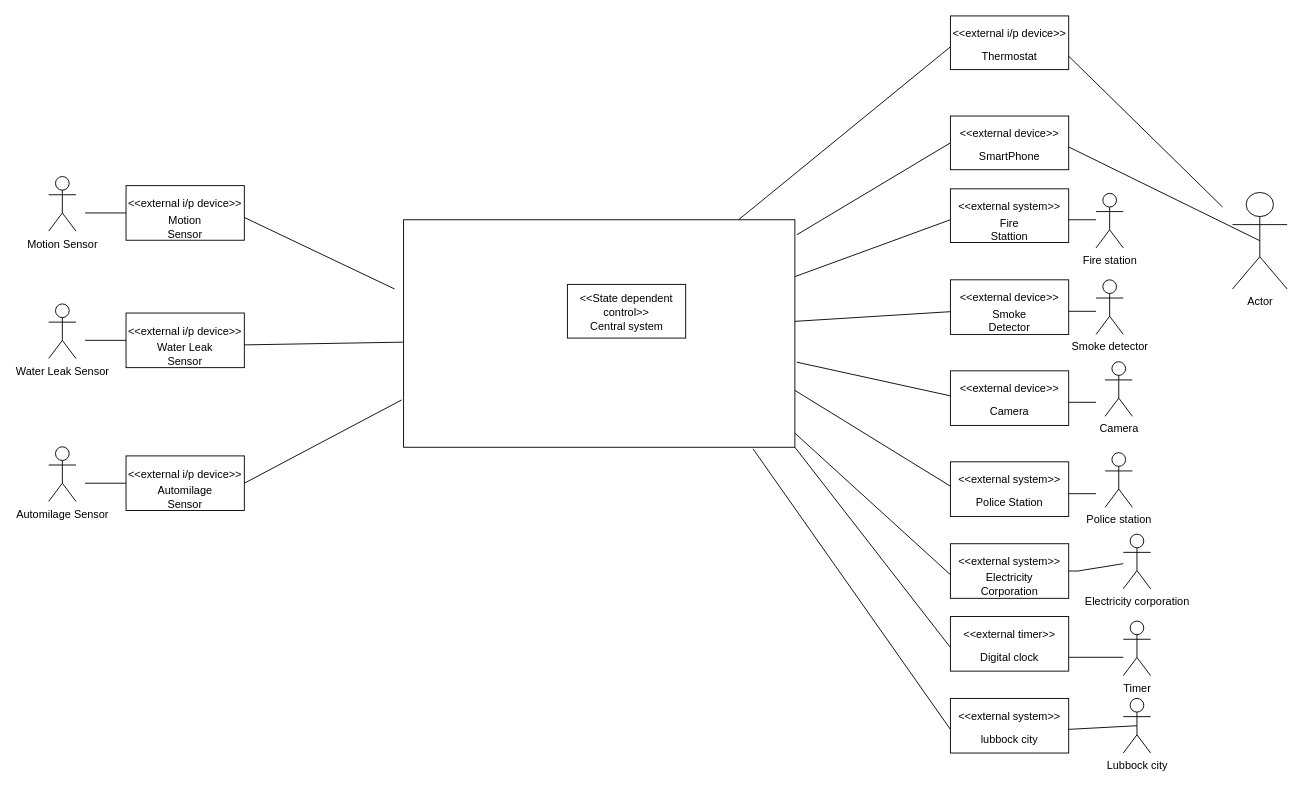
Earlier version of the draw.io diagram Untitled Diagram.drawio (emmanuel-george/TestProject). Source tidied: cells renumbered, new cells numbered last; positions are measured from the earlier drawing's top-left corner, leaving out a move shared by most shapes. Both pictures are drawn from the tidied source at 91%, with x=0, y=0 at pixel (48, 15).
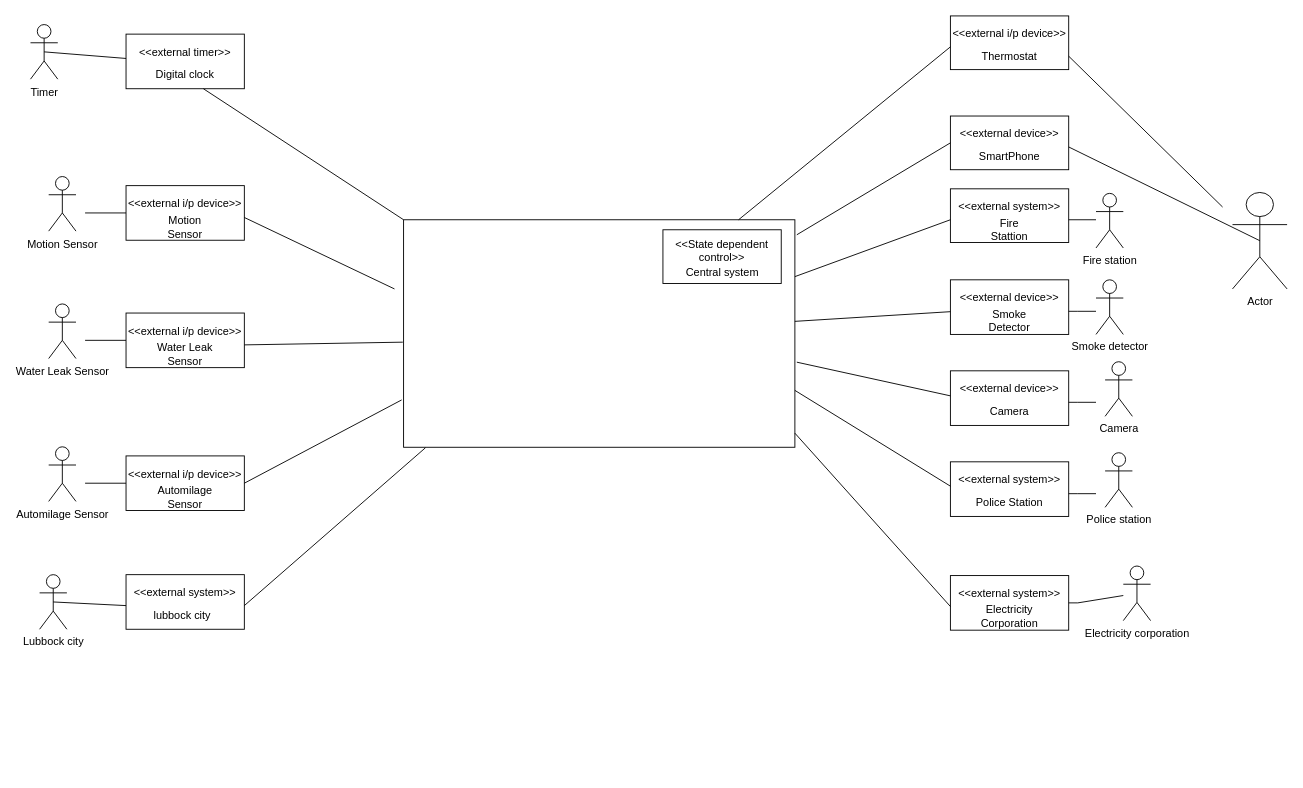
Above is the later version.

The change refers to these unchanged cells:
```xml
<mxCell id="17" style="rounded=0;whiteSpace=wrap;html=1;" parent="1" vertex="1">
  <mxGeometry x="390" y="224" width="430" height="250" as="geometry" />
</mxCell>
```

Diff of the diagram source:
```diff
@@
     <mxCell id="30" style="rounded=0;whiteSpace=wrap;html=1;" parent="1" vertex="1">
-      <mxGeometry x="990.9" y="580" width="130" height="60" as="geometry" />
+      <mxGeometry x="990.9" y="615" width="130" height="60" as="geometry" />
     </mxCell>
     <mxCell id="31" value="Electricity Corporation" style="text;html=1;strokeColor=none;fillColor=none;align=center;verticalAlign=middle;whiteSpace=wrap;rounded=0;" parent="1" vertex="1">
-      <mxGeometry x="1015.9" y="610" width="80" height="30" as="geometry" />
+      <mxGeometry x="1015.9" y="645" width="80" height="30" as="geometry" />
     </mxCell>
     <mxCell id="32" value="&amp;lt;&amp;lt;external system&amp;gt;&amp;gt;" style="text;html=1;strokeColor=none;fillColor=none;align=center;verticalAlign=middle;whiteSpace=wrap;rounded=0;" parent="1" vertex="1">
-      <mxGeometry x="990.9" y="585" width="130" height="29" as="geometry" />
+      <mxGeometry x="990.9" y="620" width="130" height="29" as="geometry" />
     </mxCell>
     <mxCell id="33" style="rounded=0;whiteSpace=wrap;html=1;" parent="1" vertex="1">
-      <mxGeometry x="990.9" y="660" width="130" height="60" as="geometry" />
+      <mxGeometry x="85" y="20" width="130" height="60" as="geometry" />
     </mxCell>
     <mxCell id="34" value="Digital clock" style="text;html=1;strokeColor=none;fillColor=none;align=center;verticalAlign=middle;whiteSpace=wrap;rounded=0;" parent="1" vertex="1">
-      <mxGeometry x="1015.9" y="690" width="80" height="30" as="geometry" />
+      <mxGeometry x="110" y="50" width="80" height="30" as="geometry" />
     </mxCell>
     <mxCell id="35" value="&amp;lt;&amp;lt;external timer&amp;gt;&amp;gt;" style="text;html=1;strokeColor=none;fillColor=none;align=center;verticalAlign=middle;whiteSpace=wrap;rounded=0;" parent="1" vertex="1">
-      <mxGeometry x="990.9" y="665" width="130" height="29" as="geometry" />
+      <mxGeometry x="85" y="25" width="130" height="29" as="geometry" />
     </mxCell>
     <mxCell id="36" style="rounded=0;whiteSpace=wrap;html=1;" parent="1" vertex="1">
-      <mxGeometry x="990.9" y="750" width="130" height="60" as="geometry" />
+      <mxGeometry x="85" y="614" width="130" height="60" as="geometry" />
     </mxCell>
     <mxCell id="37" value="lubbock city" style="text;html=1;strokeColor=none;fillColor=none;align=center;verticalAlign=middle;whiteSpace=wrap;rounded=0;" parent="1" vertex="1">
-      <mxGeometry x="1015.9" y="780" width="80" height="30" as="geometry" />
+      <mxGeometry x="110" y="644" width="74.1" height="30" as="geometry" />
     </mxCell>
     <mxCell id="38" value="&amp;lt;&amp;lt;external system&amp;gt;&amp;gt;" style="text;html=1;strokeColor=none;fillColor=none;align=center;verticalAlign=middle;whiteSpace=wrap;rounded=0;" parent="1" vertex="1">
-      <mxGeometry x="990.9" y="755" width="130" height="29" as="geometry" />
+      <mxGeometry x="85" y="619" width="130" height="29" as="geometry" />
     </mxCell>
@@
     <mxCell id="43" value="Electricity corporation" style="shape=umlActor;verticalLabelPosition=bottom;verticalAlign=top;html=1;outlineConnect=0;" parent="1" vertex="1">
-      <mxGeometry x="1180.9" y="569.5" width="30" height="60" as="geometry" />
+      <mxGeometry x="1180.9" y="604.5" width="30" height="60" as="geometry" />
     </mxCell>
@@
     <mxCell id="48" style="endArrow=none;html=1;rounded=0;entryX=1;entryY=1;entryDx=0;entryDy=0;" parent="1" edge="1" source="43">
       <mxGeometry relative="1" as="geometry">
-        <mxPoint x="1120.9" y="610" as="targetPoint" />
+        <mxPoint x="1120.9" y="645" as="targetPoint" />
         <Array as="points">
-          <mxPoint x="1130.9" y="610" />
+          <mxPoint x="1130.9" y="645" />
         </Array>
       </mxGeometry>
     </mxCell>
     <mxCell id="49" value="Timer&lt;br&gt;" style="shape=umlActor;verticalLabelPosition=bottom;verticalAlign=top;html=1;outlineConnect=0;" parent="1" vertex="1">
-      <mxGeometry x="1180.9" y="665" width="30" height="60" as="geometry" />
+      <mxGeometry x="-20" y="9.5" width="30" height="60" as="geometry" />
     </mxCell>
-    <mxCell id="50" style="endArrow=none;html=1;rounded=0;entryX=1;entryY=1;entryDx=0;entryDy=0;" parent="1" edge="1">
-      <mxGeometry relative="1" as="geometry">
-        <mxPoint x="1180.9" y="704.8" as="sourcePoint" />
-        <mxPoint x="1120.9" y="704.8" as="targetPoint" />
-        <Array as="points">
-          <mxPoint x="1130.9" y="704.8" />
-        </Array>
-      </mxGeometry>
-    </mxCell>
     <mxCell id="51" value="Lubbock city&lt;br&gt;" style="shape=umlActor;verticalLabelPosition=bottom;verticalAlign=top;html=1;outlineConnect=0;" parent="1" vertex="1">
-      <mxGeometry x="1180.9" y="750" width="30" height="60" as="geometry" />
+      <mxGeometry x="-10" y="614" width="30" height="60" as="geometry" />
     </mxCell>
     <mxCell id="52" style="rounded=0;whiteSpace=wrap;html=1;" parent="1" vertex="1">
-      <mxGeometry x="570" y="295" width="130" height="59" as="geometry" />
+      <mxGeometry x="675" y="235" width="130" height="59" as="geometry" />
     </mxCell>
     <mxCell id="53" value="&amp;lt;&amp;lt;State dependent control&amp;gt;&amp;gt;" style="text;html=1;strokeColor=none;fillColor=none;align=center;verticalAlign=middle;whiteSpace=wrap;rounded=0;" parent="1" vertex="1">
-      <mxGeometry x="570" y="303" width="130" height="29" as="geometry" />
+      <mxGeometry x="675" y="243" width="130" height="29" as="geometry" />
     </mxCell>
     <mxCell id="54" value="Central system" style="text;html=1;strokeColor=none;fillColor=none;align=center;verticalAlign=middle;whiteSpace=wrap;rounded=0;" parent="1" vertex="1">
-      <mxGeometry x="592.5" y="327" width="85" height="29" as="geometry" />
+      <mxGeometry x="697.5" y="267" width="85" height="29" as="geometry" />
     </mxCell>
@@
-    <mxCell id="60" style="endArrow=none;html=1;rounded=0;entryX=0;entryY=1;entryDx=0;entryDy=0;exitX=1;exitY=1;exitDx=0;exitDy=0;" parent="1" edge="1" source="17" target="35">
+    <mxCell id="60" style="endArrow=none;html=1;rounded=0;entryX=0.75;entryY=1;entryDx=0;entryDy=0;exitX=0;exitY=0;exitDx=0;exitDy=0;" parent="1" edge="1" source="17" target="34">
       <mxGeometry relative="1" as="geometry" />
     </mxCell>
-    <mxCell id="61" style="endArrow=none;html=1;rounded=0;entryX=0;entryY=1;entryDx=0;entryDy=0;exitX=0.893;exitY=1.007;exitDx=0;exitDy=0;exitPerimeter=0;" parent="1" edge="1" source="17" target="38">
+    <mxCell id="61" style="endArrow=none;html=1;rounded=0;entryX=1;entryY=1;entryDx=0;entryDy=0;exitX=0.056;exitY=1.002;exitDx=0;exitDy=0;exitPerimeter=0;" parent="1" edge="1" source="17" target="38">
       <mxGeometry relative="1" as="geometry" />
     </mxCell>
@@
-    <mxCell id="71" style="endArrow=none;html=1;rounded=0;entryX=0.5;entryY=0.5;entryDx=0;entryDy=0;entryPerimeter=0;exitX=1;exitY=1;exitDx=0;exitDy=0;" parent="1" edge="1" source="38" target="51">
+    <mxCell id="71" style="endArrow=none;html=1;rounded=0;entryX=0.5;entryY=0.5;entryDx=0;entryDy=0;entryPerimeter=0;exitX=0;exitY=1;exitDx=0;exitDy=0;" parent="1" edge="1" source="38" target="51">
       <mxGeometry relative="1" as="geometry" />
     </mxCell>
@@
+    <mxCell id="77" style="endArrow=none;html=1;rounded=0;exitX=0.5;exitY=0.5;exitDx=0;exitDy=0;exitPerimeter=0;entryX=0;entryY=0.75;entryDx=0;entryDy=0;" parent="1" edge="1" source="49" target="35">
+      <mxGeometry relative="1" as="geometry" />
+    </mxCell>
```
